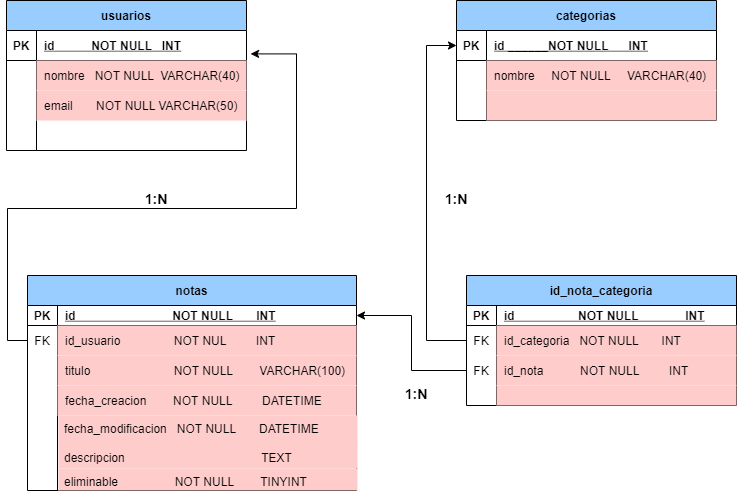
The draw.io diagram Untitled Diagram.drawio.png in LucianoFabrizio/DB-EntregaIndividual, before a commit. Source tidied: cells renumbered, new cells last; positions are measured from the earlier drawing's top-left corner, leaving out a move shared by most shapes.
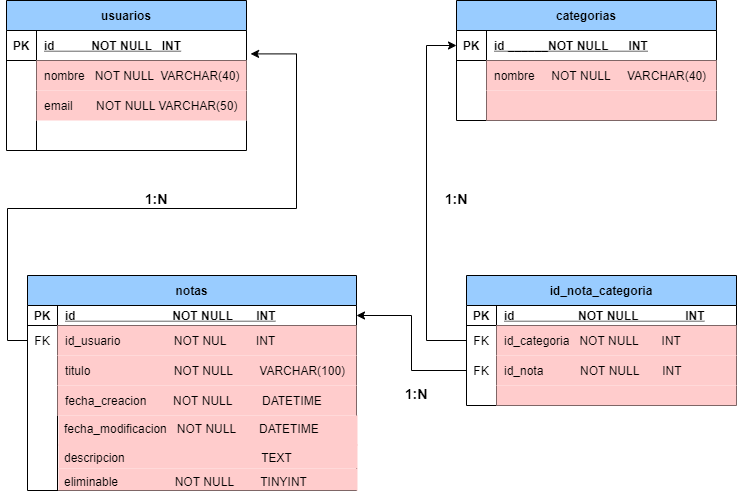
After the commit.

The edit, as a diff of the source:
```diff
@@ -146,7 +146,7 @@
     <mxCell id="49" value="FK" style="shape=partialRectangle;fillColor=none;top=0;left=0;bottom=0;right=0;overflow=hidden;" parent="48" vertex="1">
       <mxGeometry width="30" height="30" as="geometry" />
     </mxCell>
-    <mxCell id="50" value="id_nota           NOT NULL         INT" style="shape=partialRectangle;fillColor=#FFCCCC;top=0;left=0;bottom=0;right=0;align=left;spacingLeft=6;overflow=hidden;" parent="48" vertex="1">
+    <mxCell id="50" value="id_nota           NOT NULL       INT" style="shape=partialRectangle;fillColor=#FFCCCC;top=0;left=0;bottom=0;right=0;align=left;spacingLeft=6;overflow=hidden;" parent="48" vertex="1">
       <mxGeometry x="30" width="240" height="30" as="geometry" />
     </mxCell>
     <mxCell id="51" style="shape=partialRectangle;fillColor=none;top=0;left=0;bottom=0;right=0;" parent="41" vertex="1">
```
